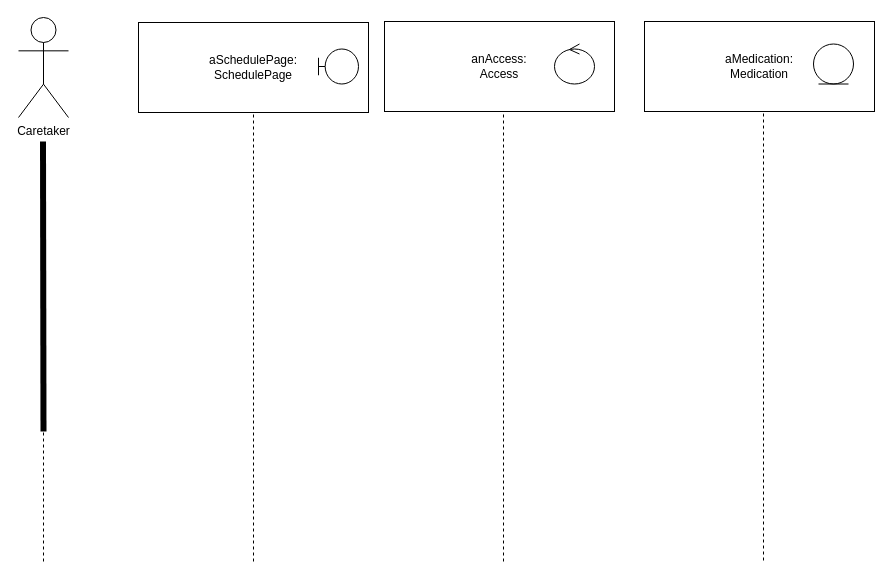
This is wia2002tuto6q6.drawio from justn0thinghere/drawio, a draw.io file, before an edit. Source tidied: cells renumbered, new cells numbered last; positions are measured from the earlier drawing's top-left corner, leaving out a move shared by most shapes. Both pictures are drawn from the tidied source at 100%, with x=0, y=0 at pixel (18, 17).
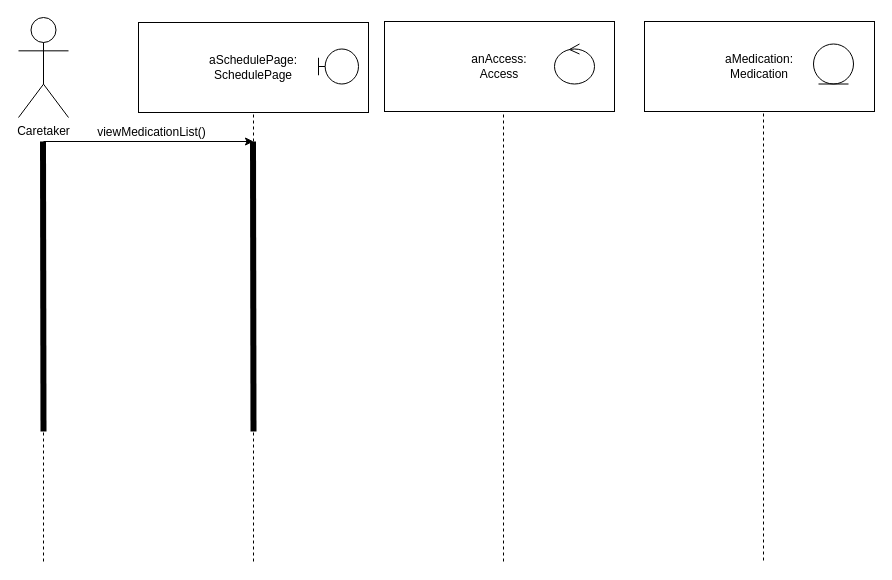
The same page after the edit.

What changed in the source:
```diff
@@
+    <mxCell id="14" style="endArrow=none;html=1;rounded=0;strokeWidth=6;" parent="1" edge="1">
+      <mxGeometry relative="1" as="geometry">
+        <mxPoint x="235" y="414" as="sourcePoint" />
+        <mxPoint x="234.5" y="124" as="targetPoint" />
+      </mxGeometry>
+    </mxCell>
+    <mxCell id="15" style="endArrow=classic;html=1;rounded=0;" parent="1" edge="1">
+      <mxGeometry relative="1" as="geometry">
+        <mxPoint x="25" y="124" as="sourcePoint" />
+        <mxPoint x="235" y="124" as="targetPoint" />
+      </mxGeometry>
+    </mxCell>
+    <mxCell id="16" value="viewMedicationList()" style="text;html=1;align=center;verticalAlign=middle;strokeColor=none;fillColor=none;" parent="1" vertex="1">
+      <mxGeometry x="68" y="100" width="130" height="30" as="geometry" />
+    </mxCell>
```
